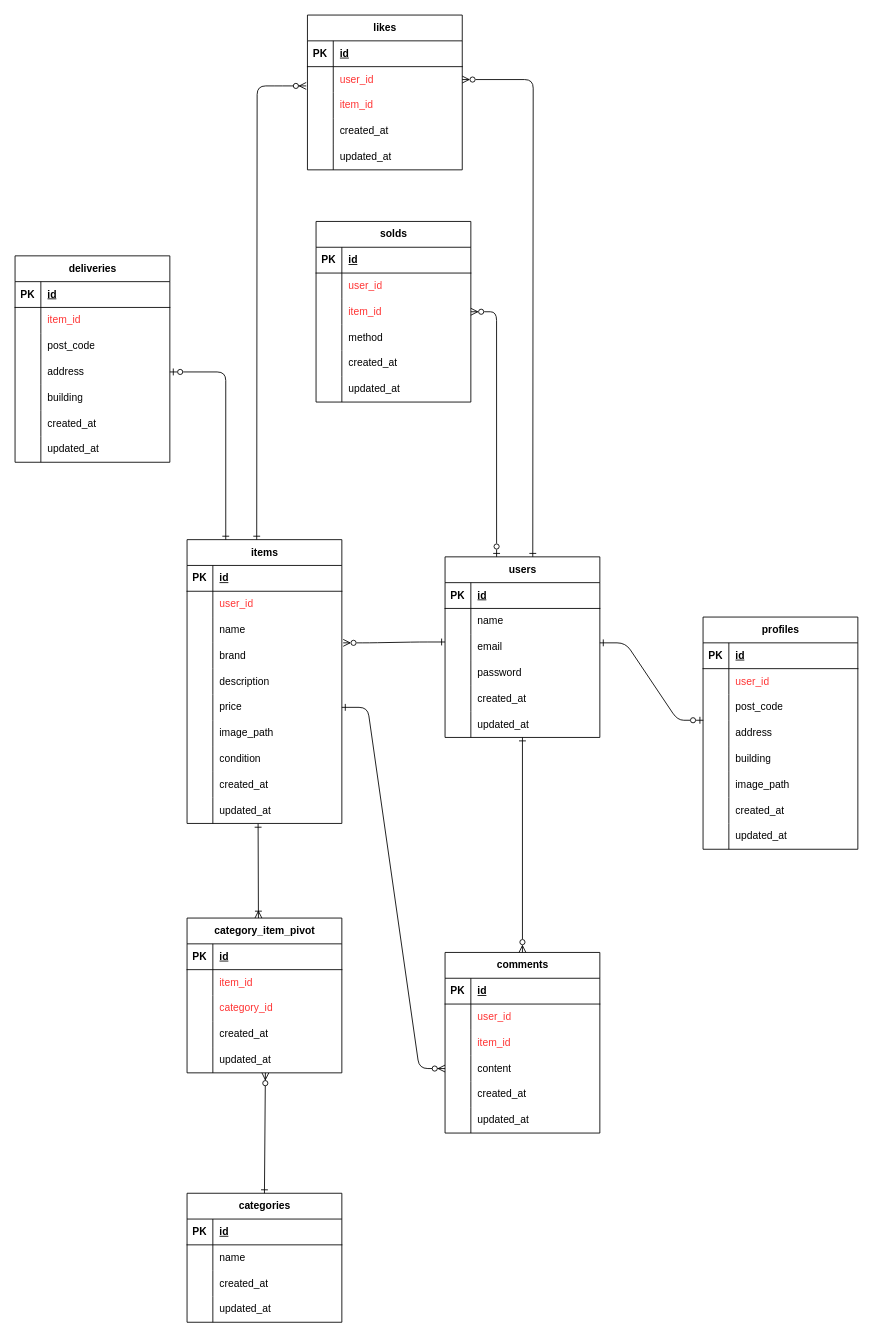
The draw.io diagram src/er.dio in shiorimorita/freemarket-app, before the edit. Source tidied: cells renumbered, new cells numbered last; positions are measured from the earlier drawing's top-left corner, leaving out a move shared by most shapes. Both pictures are drawn from the tidied source at 86%, with x=0, y=0 at pixel (15, 15).
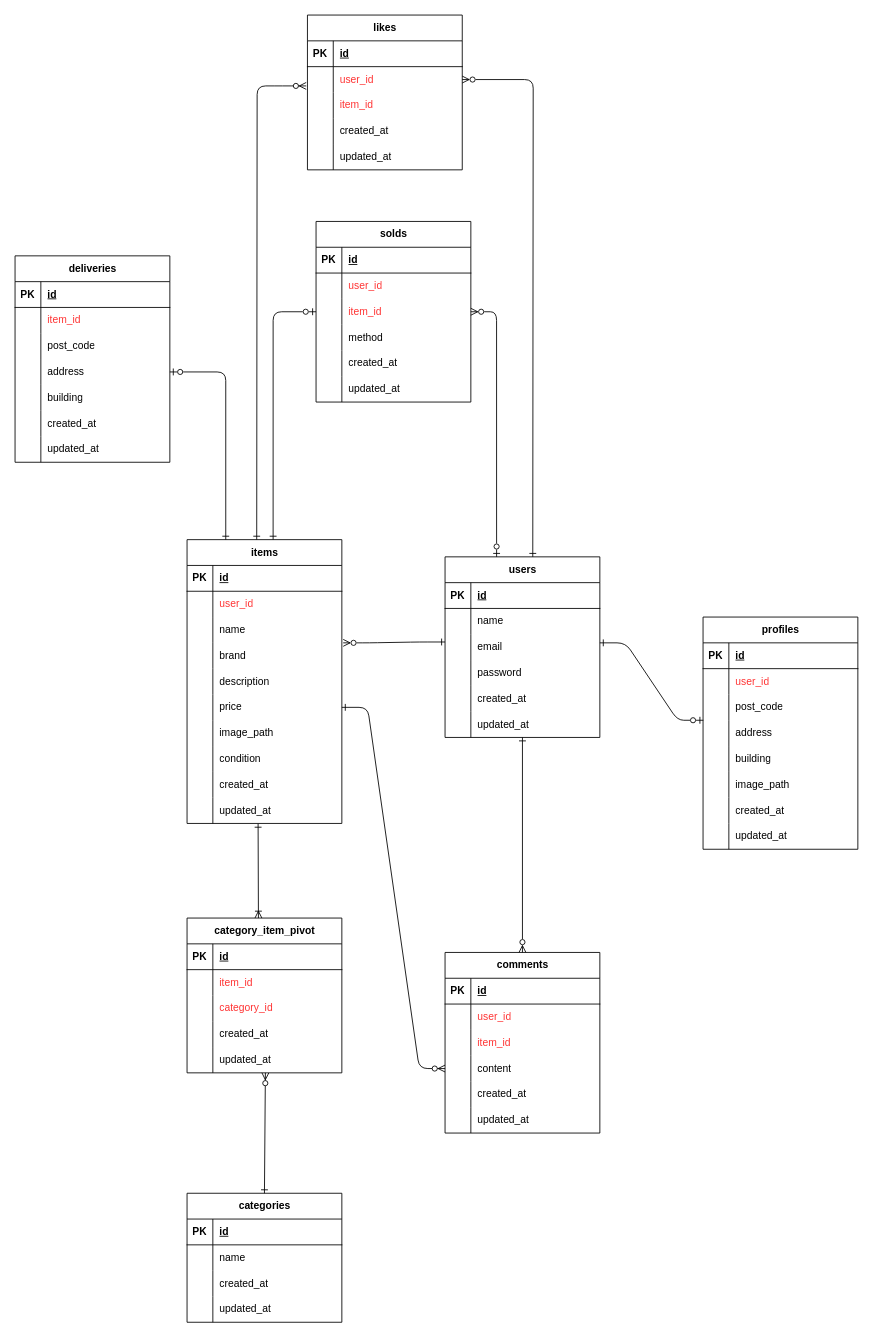
After the change.

The change refers to these unchanged cells:
```xml
<mxCell id="51" value="items" style="shape=table;startSize=30;childLayout=tableLayout;rowLines=0;fontStyle=1;align=center;html=1;" parent="1" vertex="1">
  <mxGeometry x="200" y="610" width="180" height="330" as="geometry" />
</mxCell>
<mxCell id="187" style="shape=tableRow;horizontal=0;startSize=0;swimlaneHead=0;swimlaneBody=0;fillColor=none;points=[[0,0.5],[1,0.5]];portConstraint=eastwest;top=0;left=0;right=0;bottom=0;" parent="180" vertex="1">
  <mxGeometry y="90" width="180" height="30" as="geometry" />
</mxCell>
```

The edit, as a diff of the source:
```diff
@@
+    <mxCell id="200" style="edgeStyle=orthogonalEdgeStyle;fontSize=12;html=1;endArrow=ERzeroToOne;endFill=0;exitX=0.556;exitY=0;exitDx=0;exitDy=0;exitPerimeter=0;entryX=0;entryY=0.5;entryDx=0;entryDy=0;startArrow=ERone;startFill=0;" parent="1" edge="1" source="51" target="187">
+      <mxGeometry relative="1" as="geometry" />
+    </mxCell>
```
